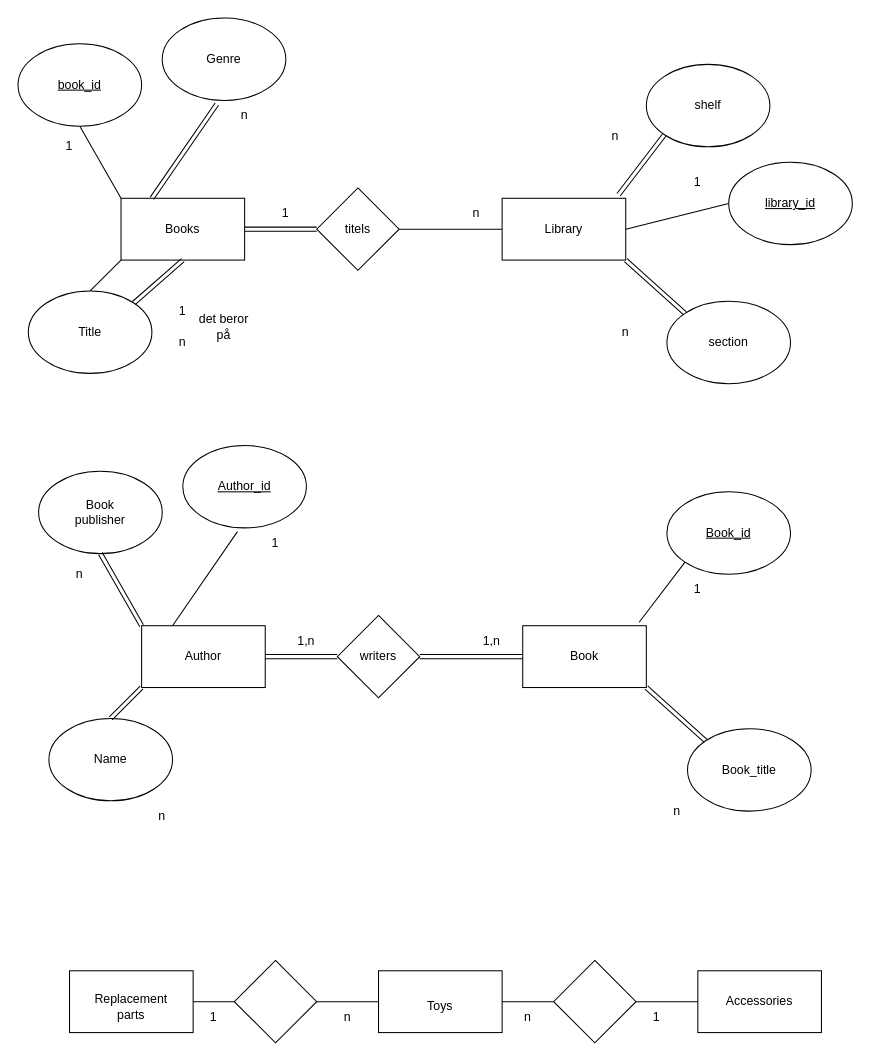
Earlier version of the draw.io diagram n4d1.drawio (nscodechris/ER-modelling). Source tidied: cells renumbered, new cells numbered last; positions are measured from the earlier drawing's top-left corner, leaving out a move shared by most shapes. Both pictures are drawn from the tidied source at 103%, with x=0, y=0 at pixel (18, 18).
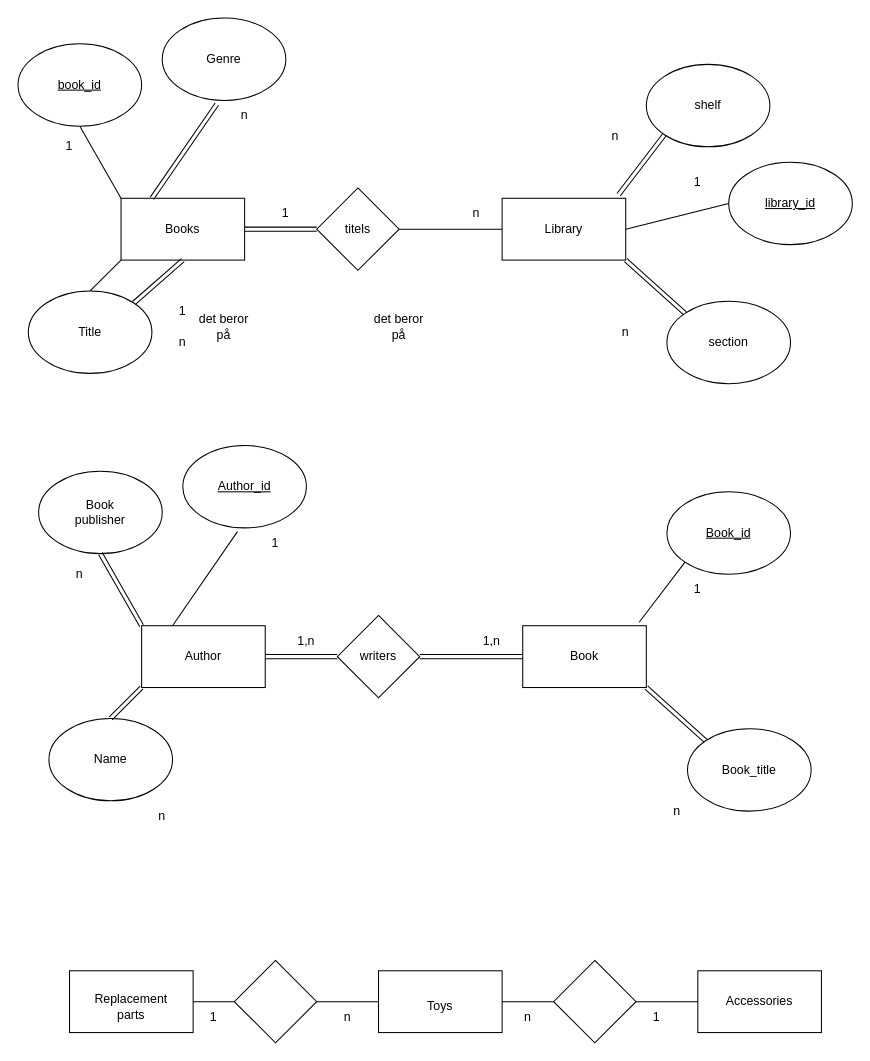
The same page after the edit.

What changed in the source:
```diff
@@
+    <mxCell id="85" value="det beror på" style="text;html=1;strokeColor=none;fillColor=none;align=center;verticalAlign=middle;whiteSpace=wrap;rounded=0;" parent="1" vertex="1">
+      <mxGeometry x="340" y="285" width="60" height="30" as="geometry" />
+    </mxCell>
```
